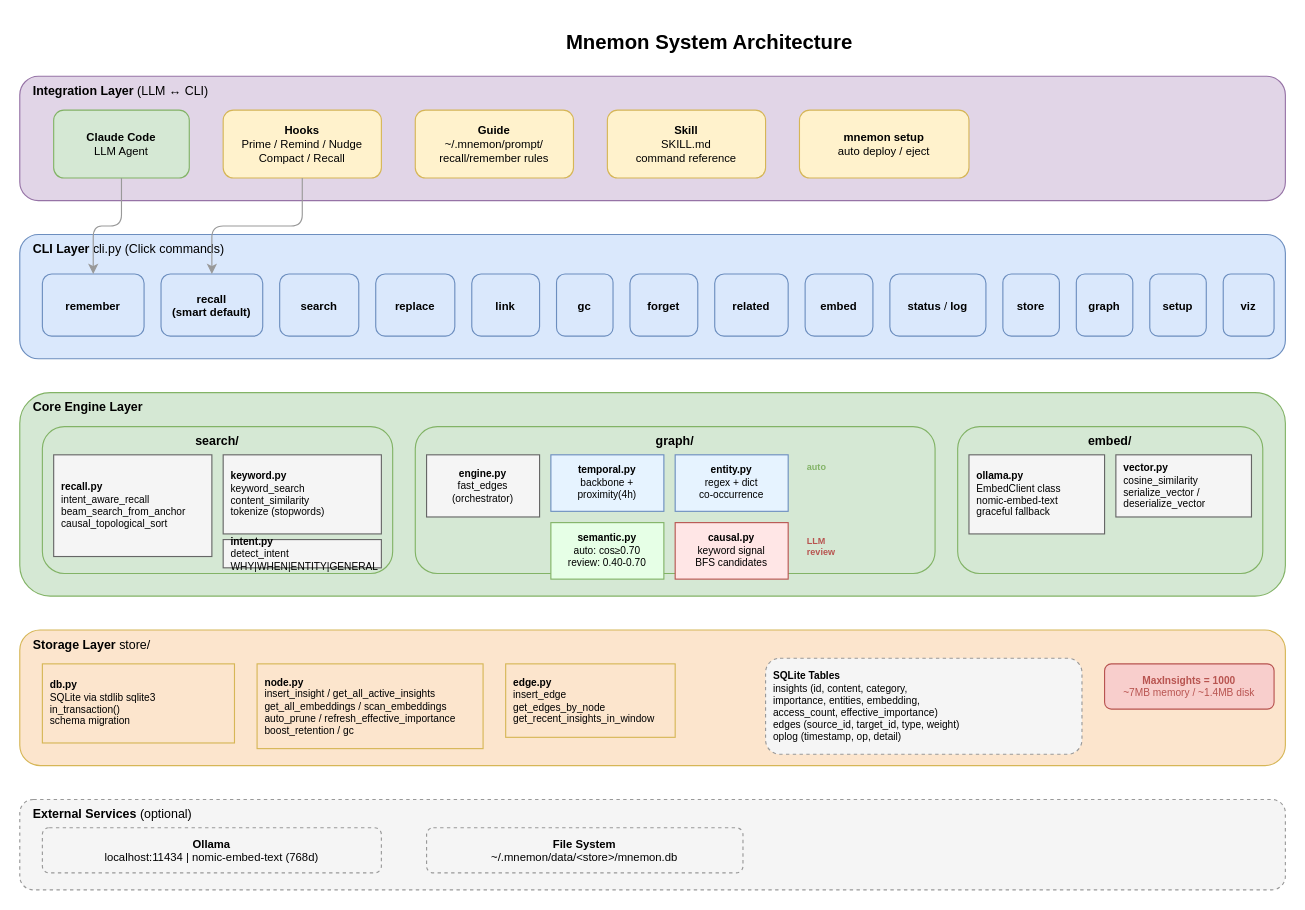
This is docs/diagrams/01-system-architecture.drawio from bissli/memman, a draw.io file, before an edit. Source tidied: cells renumbered, new cells numbered last; positions are measured from the earlier drawing's top-left corner, leaving out a move shared by most shapes. Both pictures are drawn from the tidied source at 113%, with x=0, y=0 at pixel (19, 19).
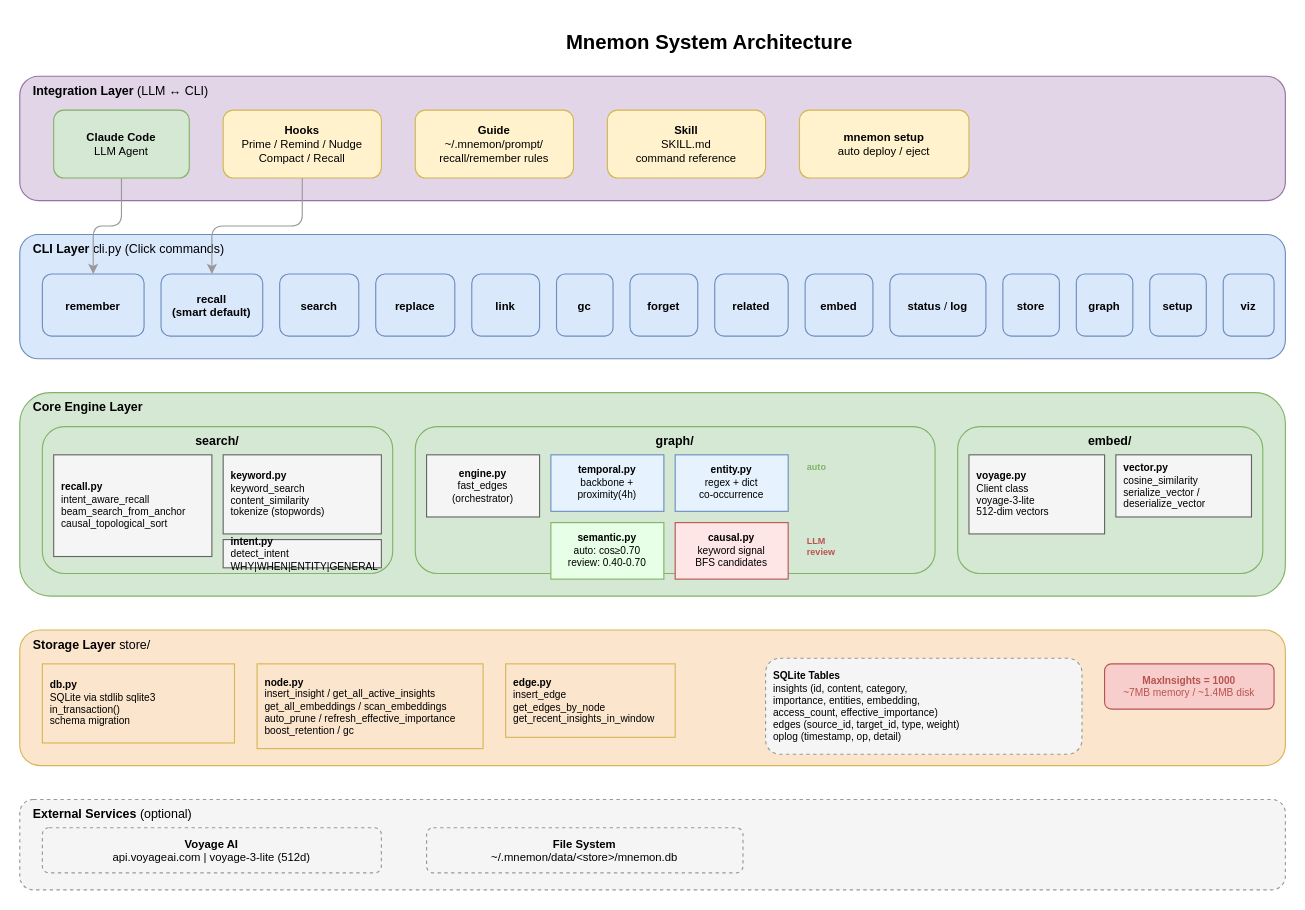
After the change.

Diff of the diagram source:
```diff
@@
-    <mxCell id="38" value="&lt;b&gt;ollama.py&lt;/b&gt;&lt;br&gt;EmbedClient class&lt;br&gt;nomic-embed-text&lt;br&gt;graceful fallback" style="rounded=0;whiteSpace=wrap;html=1;fontSize=9;fillColor=#f5f5f5;strokeColor=#666666;align=left;spacingLeft=5;" parent="1" vertex="1">
+    <mxCell id="38" value="&lt;b&gt;voyage.py&lt;/b&gt;&lt;br&gt;Client class&lt;br&gt;voyage-3-lite&lt;br&gt;512-dim vectors" style="rounded=0;whiteSpace=wrap;html=1;fontSize=9;fillColor=#f5f5f5;strokeColor=#666666;align=left;spacingLeft=5;" parent="1" vertex="1">
       <mxGeometry x="840" y="385" width="120" height="70" as="geometry" />
     </mxCell>
@@
-    <mxCell id="47" value="&lt;b&gt;Ollama&lt;/b&gt;&lt;br&gt;localhost:11434 | nomic-embed-text (768d)" style="rounded=1;whiteSpace=wrap;html=1;fillColor=#f5f5f5;strokeColor=#999999;fontSize=10;dashed=1;" parent="1" vertex="1">
+    <mxCell id="47" value="&lt;b&gt;Voyage AI&lt;/b&gt;&lt;br&gt;api.voyageai.com | voyage-3-lite (512d)" style="rounded=1;whiteSpace=wrap;html=1;fillColor=#f5f5f5;strokeColor=#999999;fontSize=10;dashed=1;" parent="1" vertex="1">
       <mxGeometry x="20" y="715" width="300" height="40" as="geometry" />
     </mxCell>
```
